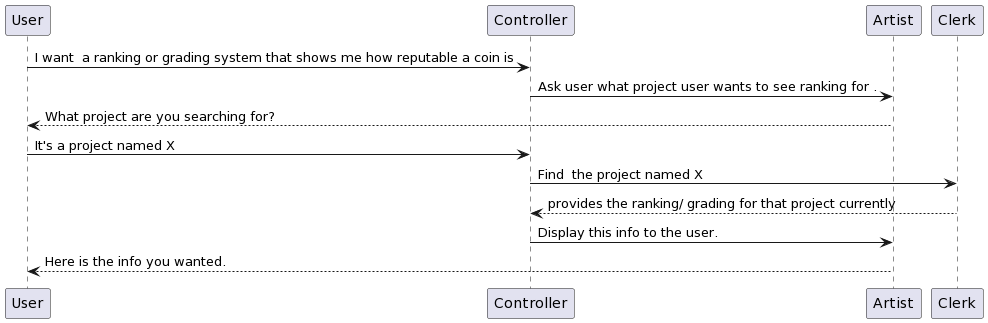
Before: 03_Elaboration/images/Ranking.png, a diagram exported from PlantUML (garthmortensen/BetterCryptoBureau).
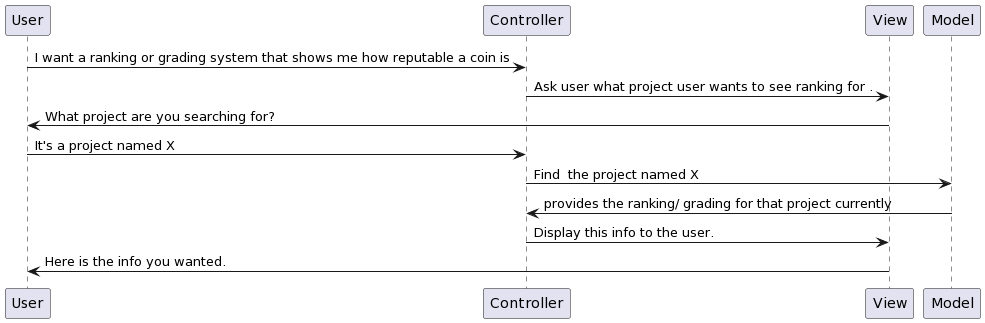
Later version of the same file.

The edit, as a diff of the source:
```diff
@@ -1,10 +1,10 @@
 @startuml
-User -> Controller: I want  a ranking or grading system that shows me how reputable a coin is
-Controller -> Artist: Ask user what project user wants to see ranking for .
-Artist --> User: What project are you searching for?
+User -> Controller: I want a ranking or grading system that shows me how reputable a coin is
+Controller -> View: Ask user what project user wants to see ranking for .
+View -> User: What project are you searching for?
 User -> Controller: It's a project named X
-Controller -> Clerk: Find  the project named X
-Clerk --> Controller: provides the ranking/ grading for that project currently
-Controller -> Artist: Display this info to the user.
-Artist --> User: Here is the info you wanted.
+Controller -> Model: Find  the project named X
+Model -> Controller: provides the ranking/ grading for that project currently
+Controller -> View: Display this info to the user.
+View -> User: Here is the info you wanted.
 @enduml
```
